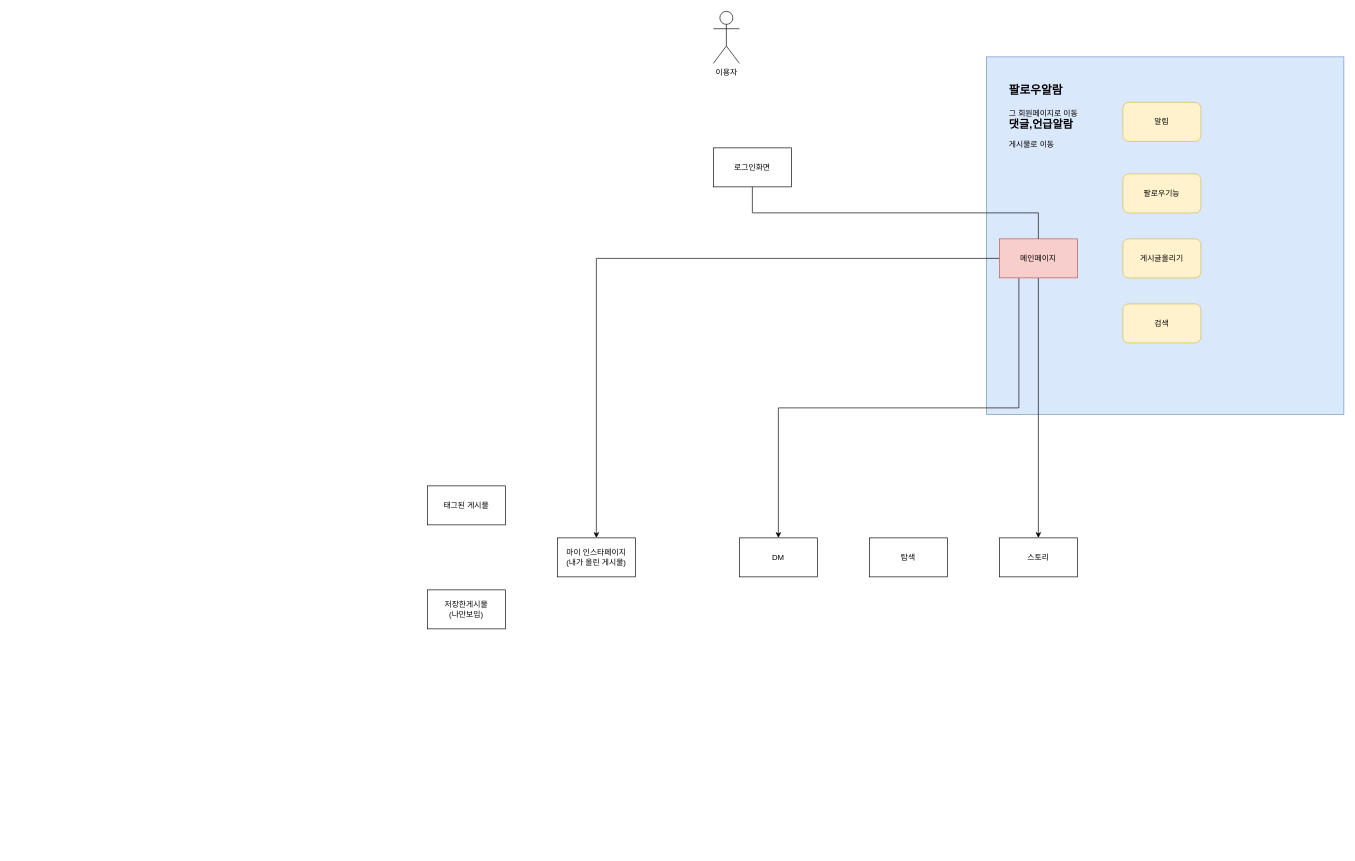
Earlier version of the draw.io diagram practice/final.drawio (junyup0503/diagram). Source tidied: cells renumbered, new cells numbered last; positions are measured from the earlier drawing's top-left corner, leaving out a move shared by most shapes. Both pictures are drawn from the tidied source at 65%, with x=0, y=0 at pixel (427, 11).
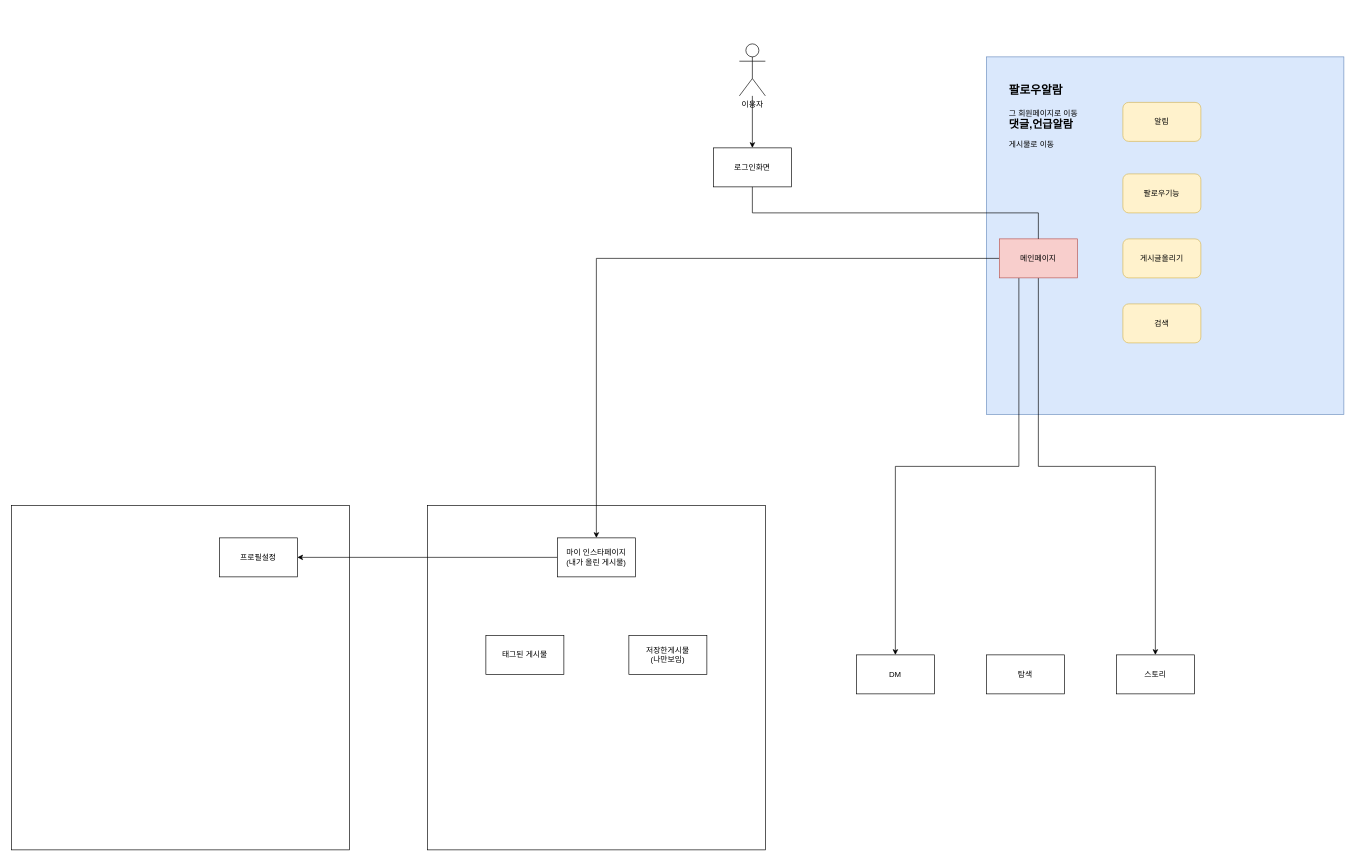
The same diagram, later.

The change refers to these unchanged cells:
```xml
<mxCell id="5" value="로그인화면" style="rounded=0;whiteSpace=wrap;html=1;" parent="1" vertex="1">
  <mxGeometry x="440" y="210" width="120" height="60" as="geometry" />
</mxCell>
<mxCell id="6" value="마이 인스타페이지&lt;br&gt;(내가 올린 게시물)" style="rounded=0;whiteSpace=wrap;html=1;" parent="1" vertex="1">
  <mxGeometry x="200" y="810" width="120" height="60" as="geometry" />
</mxCell>
```

Diff of the diagram source:
```diff
@@
+    <mxCell id="22" style="rounded=0;whiteSpace=wrap;html=1;" parent="1" vertex="1">
+      <mxGeometry x="-640" y="760" width="520" height="530" as="geometry" />
+    </mxCell>
+    <mxCell id="23" style="rounded=0;whiteSpace=wrap;html=1;" parent="1" vertex="1">
+      <mxGeometry y="760" width="520" height="530" as="geometry" />
+    </mxCell>
@@
     <mxCell id="3" value="DM" style="rounded=0;whiteSpace=wrap;html=1;" parent="1" vertex="1">
-      <mxGeometry x="480" y="810" width="120" height="60" as="geometry" />
+      <mxGeometry x="660" y="990" width="120" height="60" as="geometry" />
     </mxCell>
+    <mxCell id="24" style="edgeStyle=orthogonalEdgeStyle;rounded=0;jettySize=auto;html=1;" parent="1" edge="1" source="4" target="5">
+      <mxGeometry relative="1" as="geometry" />
+    </mxCell>
     <mxCell id="4" value="이용자" style="shape=umlActor;verticalLabelPosition=bottom;verticalAlign=top;html=1;outlineConnect=0;" parent="1" vertex="1">
-      <mxGeometry x="440" width="40" height="80" as="geometry" />
+      <mxGeometry x="480" y="50" width="40" height="80" as="geometry" />
     </mxCell>
@@
+    <mxCell id="25" style="edgeStyle=orthogonalEdgeStyle;rounded=0;jettySize=auto;html=1;exitX=0;exitY=0.5;exitDx=0;exitDy=0;entryX=1;entryY=0.5;entryDx=0;entryDy=0;" parent="1" edge="1" source="6" target="26">
+      <mxGeometry relative="1" as="geometry" />
+    </mxCell>
@@
     <mxCell id="11" value="탐색" style="rounded=0;whiteSpace=wrap;html=1;" parent="1" vertex="1">
-      <mxGeometry x="680" y="810" width="120" height="60" as="geometry" />
+      <mxGeometry x="860" y="990" width="120" height="60" as="geometry" />
     </mxCell>
     <mxCell id="12" value="스토리" style="rounded=0;whiteSpace=wrap;html=1;" parent="1" vertex="1">
-      <mxGeometry x="880" y="810" width="120" height="60" as="geometry" />
+      <mxGeometry x="1060" y="990" width="120" height="60" as="geometry" />
     </mxCell>
@@
     <mxCell id="17" value="저장한게시물&lt;br&gt;(나만보임)" style="rounded=0;whiteSpace=wrap;html=1;" parent="1" vertex="1">
-      <mxGeometry y="890" width="120" height="60" as="geometry" />
+      <mxGeometry x="310" y="960" width="120" height="60" as="geometry" />
     </mxCell>
     <mxCell id="18" value="태그된 게시물" style="rounded=0;whiteSpace=wrap;html=1;" parent="1" vertex="1">
-      <mxGeometry y="730" width="120" height="60" as="geometry" />
+      <mxGeometry x="90" y="960" width="120" height="60" as="geometry" />
     </mxCell>
@@
+    <mxCell id="26" value="프로필설정" style="rounded=0;whiteSpace=wrap;html=1;" parent="1" vertex="1">
+      <mxGeometry x="-320" y="810" width="120" height="60" as="geometry" />
+    </mxCell>
```
